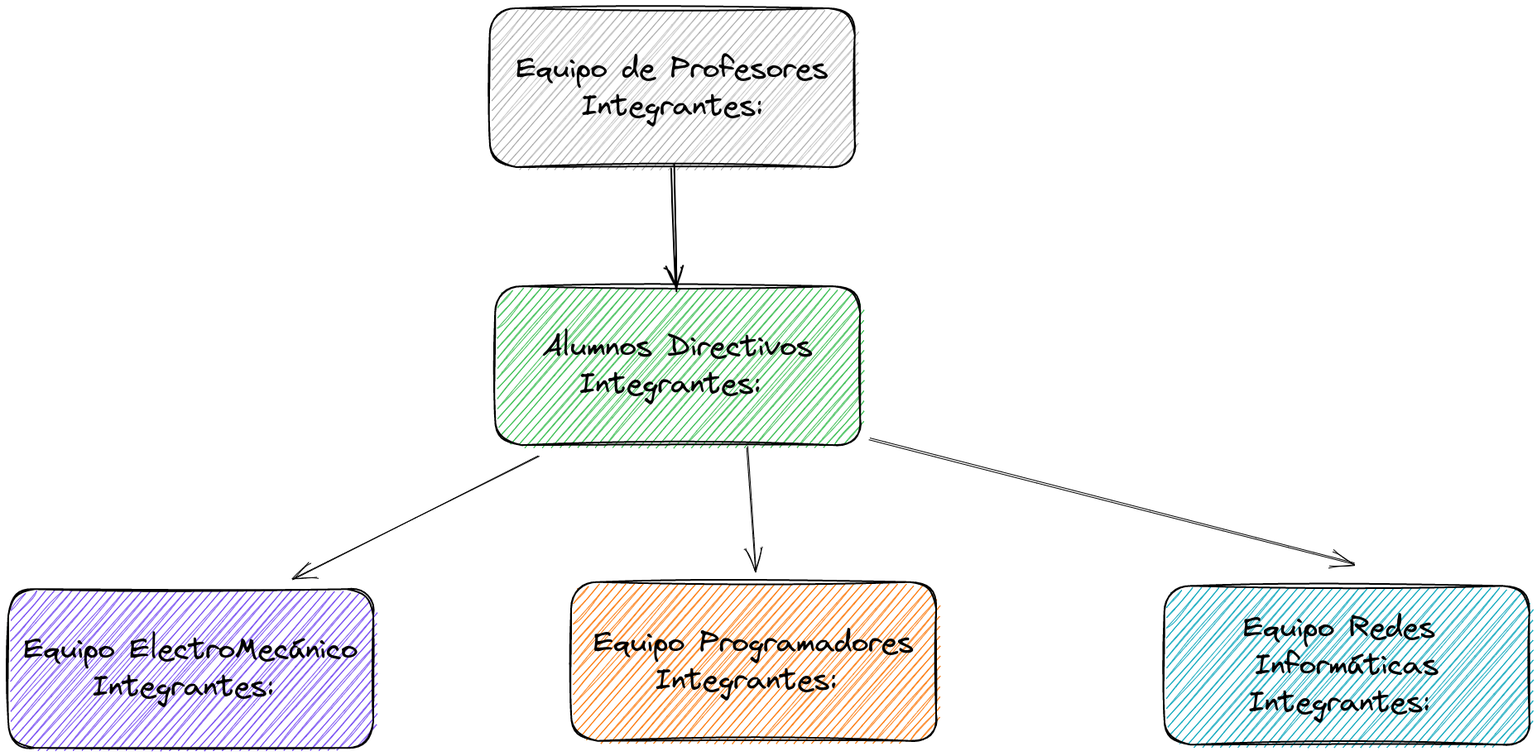
The Excalidraw diagram organigrama.excalidraw.png in dardocam/proyecto-expo-2023, before a commit. Source tidied: one line per element, renumbered; positions are measured from the earlier drawing's top-left corner, leaving out a move shared by most shapes.
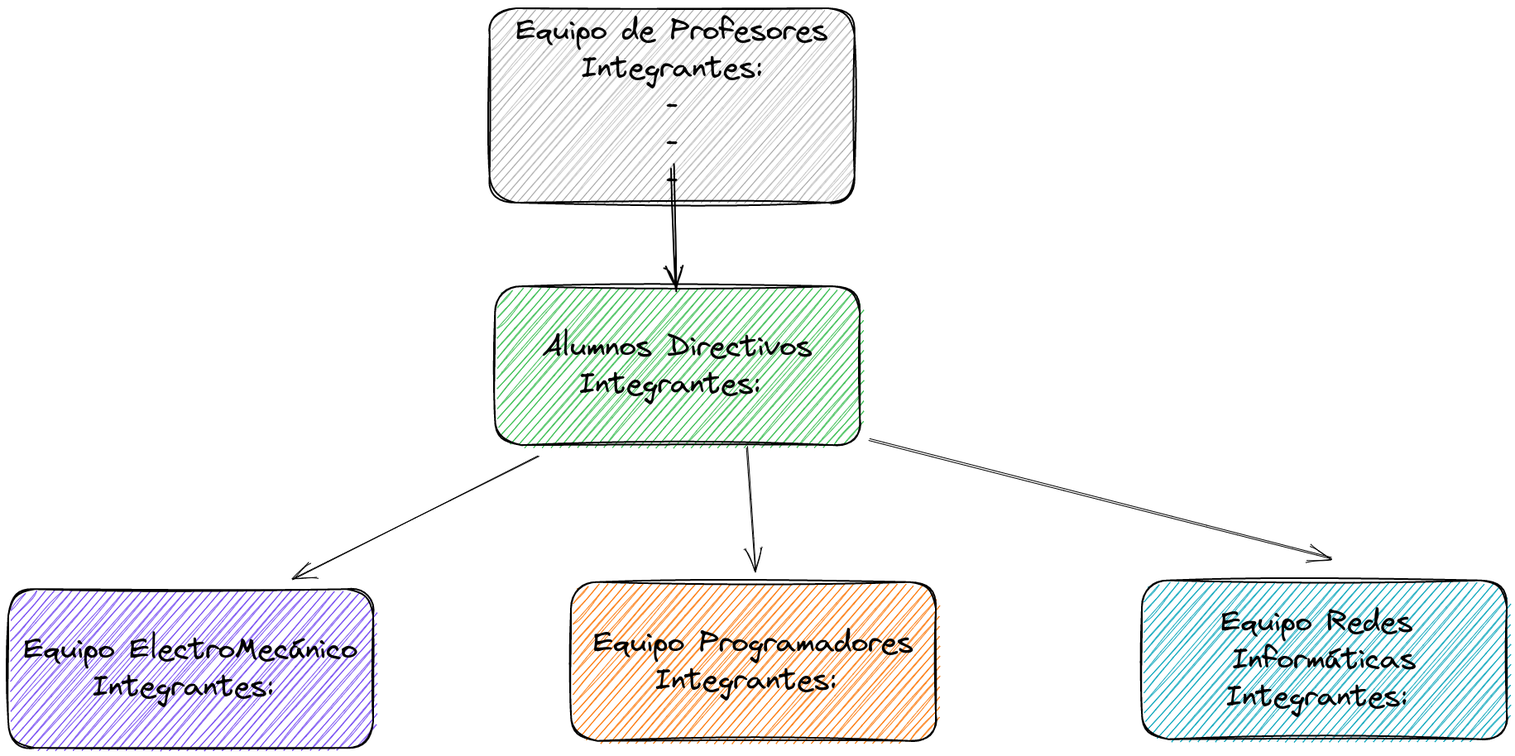
After the commit.

Change to the diagram source:
```diff
@@ -1,8 +1,8 @@
-{"id": 0, "type": "rectangle", "strokeColor": "#000000", "backgroundColor": "#5555", "fillStyle": "hachure", "strokeWidth": 2, "roughness": 2, "round": true, "x": 582, "y": 0, "width": 441, "height": 192}
+{"id": 0, "type": "rectangle", "strokeColor": "#000000", "backgroundColor": "#5555", "fillStyle": "hachure", "strokeWidth": 2, "roughness": 2, "round": true, "x": 582, "y": -67, "width": 441, "height": 235}
-{"id": 1, "type": "text", "text": "Equipo de Profesores\nIntegrantes:", "strokeColor": "#000000", "strokeWidth": 1, "roughness": 1, "fontSize": 36, "fontFamily": 1, "textAlign": "center", "verticalAlign": "middle", "inside": 0, "x": 614, "y": 51, "width": 377, "height": 90}
+{"id": 1, "type": "text", "text": "Equipo de Profesores\nIntegrantes:\n-\n-\n-", "strokeColor": "#000000", "strokeWidth": 1, "roughness": 1, "fontSize": 36, "fontFamily": 1, "textAlign": "center", "verticalAlign": "middle", "inside": 0, "x": 614, "y": -62, "width": 377, "height": 225}
 {"id": 2, "type": "rectangle", "strokeColor": "#000000", "backgroundColor": "#40c057", "fillStyle": "hachure", "strokeWidth": 2, "roughness": 2, "round": true, "x": 588, "y": 336, "width": 441, "height": 192}
 {"id": 3, "type": "text", "text": "Alumnos Directivos\nIntegrantes: ", "strokeColor": "#000000", "strokeWidth": 1, "roughness": 1, "fontSize": 36, "fontFamily": 1, "textAlign": "center", "verticalAlign": "middle", "inside": 2, "x": 646, "y": 387, "width": 326, "height": 90}
-{"id": 4, "type": "arrow", "strokeColor": "#000000", "backgroundColor": "#5555", "fillStyle": "hachure", "strokeWidth": 2, "roughness": 2, "endArrowhead": "arrow", "round": true, "x": 805, "y": 190, "width": 0, "height": 150, "points": [[0, 0], [0, 150]]}
+{"id": 4, "type": "arrow", "strokeColor": "#000000", "backgroundColor": "#5555", "fillStyle": "hachure", "strokeWidth": 2, "roughness": 2, "endArrowhead": "arrow", "round": true, "from": 0, "x": 805, "y": 190, "width": 0, "height": 150, "points": [[0, 0], [0, 150]]}
 {"id": 5, "type": "rectangle", "strokeColor": "#000000", "backgroundColor": "#7950f2", "fillStyle": "hachure", "strokeWidth": 2, "roughness": 2, "round": true, "x": 0, "y": 702, "width": 441, "height": 192}
 {"id": 6, "type": "text", "text": "Equipo ElectroMecánico\nIntegrantes: ", "strokeColor": "#000000", "strokeWidth": 1, "roughness": 1, "fontSize": 36, "fontFamily": 1, "textAlign": "center", "verticalAlign": "middle", "inside": 5, "x": 19, "y": 753, "width": 403, "height": 90}
 {"id": 7, "type": "rectangle", "strokeColor": "#000000", "backgroundColor": "#fd7e14", "fillStyle": "hachure", "strokeWidth": 2, "roughness": 2, "round": true, "x": 680, "y": 694, "width": 441, "height": 192}
```
